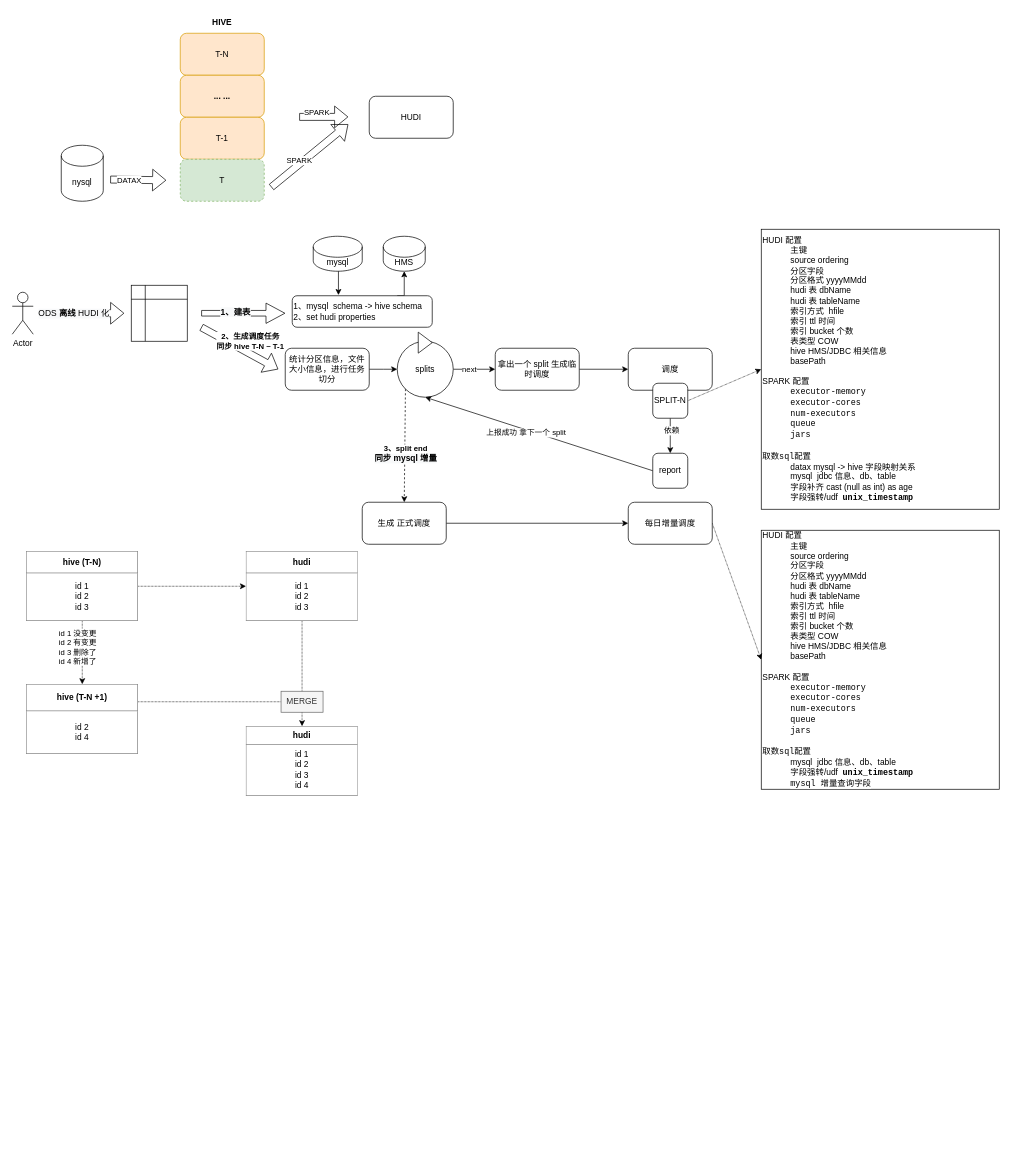
Earlier version of the draw.io diagram page "离线同步方案" (3 of 3) of Hudi schema evolution.drawio (loukey-lj/WX). Source tidied: cells renumbered, new cells numbered last; positions are measured from the earlier drawing's top-left corner, leaving out a move shared by most shapes. Both pictures are drawn from the tidied source at 70%, with x=0, y=0 at pixel (12, 12).
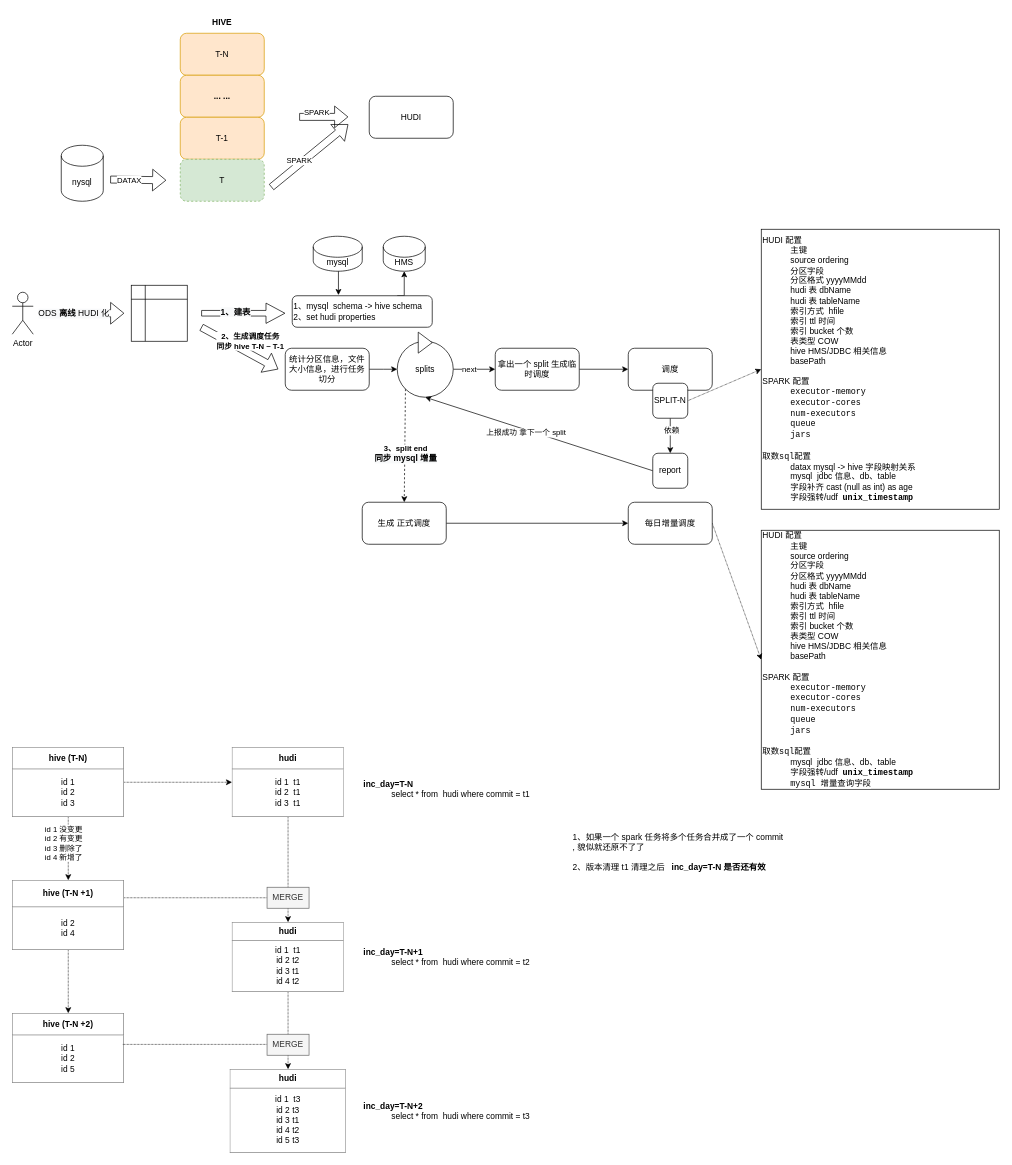
Above is the later version.

Diff of the diagram source:
```diff
@@
     <mxCell id="55" value="&lt;table border=&quot;1&quot; width=&quot;100%&quot; height=&quot;100%&quot; cellpadding=&quot;4&quot; style=&quot;width:100%;height:100%;border-collapse:collapse;&quot;&gt;&lt;tbody&gt;&lt;tr&gt;&lt;th align=&quot;center&quot;&gt;&lt;b&gt;hive (T-N)&lt;/b&gt;&lt;/th&gt;&lt;/tr&gt;&lt;tr&gt;&lt;td align=&quot;center&quot;&gt;id 1&lt;br&gt;id 2&lt;br&gt;id 3&lt;/td&gt;&lt;/tr&gt;&lt;/tbody&gt;&lt;/table&gt;" style="text;html=1;strokeColor=none;fillColor=none;overflow=fill;fontColor=#000000;" parent="1" vertex="1">
-      <mxGeometry x="20" y="770" width="160" height="100" as="geometry" />
+      <mxGeometry y="1050" width="160" height="100" as="geometry" />
     </mxCell>
     <mxCell id="56" style="edgeStyle=none;rounded=0;orthogonalLoop=1;jettySize=auto;html=1;exitX=1;exitY=0.25;exitDx=0;exitDy=0;dashed=1;dashPattern=1 1;fontColor=#000000;endArrow=none;endFill=0;" parent="1" edge="1">
       <mxGeometry relative="1" as="geometry">
-        <mxPoint x="180" y="985" as="sourcePoint" />
-        <mxPoint x="410" y="985" as="targetPoint" />
+        <mxPoint x="160" y="1265" as="sourcePoint" />
+        <mxPoint x="390" y="1265" as="targetPoint" />
       </mxGeometry>
     </mxCell>
+    <mxCell id="62" style="edgeStyle=none;rounded=0;jettySize=auto;html=1;exitX=0.5;exitY=1;exitDx=0;exitDy=0;entryX=0.5;entryY=0;entryDx=0;entryDy=0;dashed=1;dashPattern=1 1;fontColor=#000000;endArrow=classic;endFill=1;" parent="1" edge="1" source="57" target="64">
+      <mxGeometry relative="1" as="geometry" />
+    </mxCell>
     <mxCell id="57" value="&lt;table border=&quot;1&quot; width=&quot;100%&quot; height=&quot;100%&quot; cellpadding=&quot;4&quot; style=&quot;width:100%;height:100%;border-collapse:collapse;&quot;&gt;&lt;tbody&gt;&lt;tr&gt;&lt;th align=&quot;center&quot;&gt;&lt;b&gt;hive (T-N +1)&lt;/b&gt;&lt;/th&gt;&lt;/tr&gt;&lt;tr&gt;&lt;td align=&quot;center&quot;&gt;id 2&lt;br&gt;id 4&lt;/td&gt;&lt;/tr&gt;&lt;/tbody&gt;&lt;/table&gt;" style="text;html=1;strokeColor=none;fillColor=none;overflow=fill;fontColor=#000000;" parent="1" vertex="1">
-      <mxGeometry x="20" y="960" width="160" height="100" as="geometry" />
+      <mxGeometry y="1240" width="160" height="100" as="geometry" />
     </mxCell>
@@
-    <mxCell id="59" value="&lt;table border=&quot;1&quot; width=&quot;100%&quot; height=&quot;100%&quot; cellpadding=&quot;4&quot; style=&quot;width:100%;height:100%;border-collapse:collapse;&quot;&gt;&lt;tbody&gt;&lt;tr&gt;&lt;th align=&quot;center&quot;&gt;hudi&lt;/th&gt;&lt;/tr&gt;&lt;tr&gt;&lt;td align=&quot;center&quot;&gt;id 1&lt;br&gt;id 2&lt;br&gt;id 3&lt;/td&gt;&lt;/tr&gt;&lt;/tbody&gt;&lt;/table&gt;" style="text;html=1;strokeColor=none;fillColor=none;overflow=fill;fontColor=#000000;" parent="1" vertex="1">
-      <mxGeometry x="334" y="770" width="160" height="100" as="geometry" />
+    <mxCell id="59" value="&lt;table border=&quot;1&quot; width=&quot;100%&quot; height=&quot;100%&quot; cellpadding=&quot;4&quot; style=&quot;width:100%;height:100%;border-collapse:collapse;&quot;&gt;&lt;tbody&gt;&lt;tr&gt;&lt;th align=&quot;center&quot;&gt;hudi&lt;/th&gt;&lt;/tr&gt;&lt;tr&gt;&lt;td align=&quot;center&quot;&gt;id 1&amp;nbsp; t1&lt;br&gt;id 2&amp;nbsp; t1&lt;br&gt;id 3&amp;nbsp; t1&lt;/td&gt;&lt;/tr&gt;&lt;/tbody&gt;&lt;/table&gt;" style="text;html=1;strokeColor=none;fillColor=none;overflow=fill;fontColor=#000000;" parent="1" vertex="1">
+      <mxGeometry x="314" y="1050" width="160" height="100" as="geometry" />
     </mxCell>
+    <mxCell id="63" style="edgeStyle=none;rounded=0;jettySize=auto;html=1;exitX=0.5;exitY=1;exitDx=0;exitDy=0;entryX=0.5;entryY=0;entryDx=0;entryDy=0;dashed=1;dashPattern=1 1;fontColor=#000000;endArrow=classic;endFill=1;" parent="1" edge="1" source="60" target="67">
+      <mxGeometry relative="1" as="geometry" />
+    </mxCell>
-    <mxCell id="60" value="&lt;table border=&quot;1&quot; width=&quot;100%&quot; height=&quot;100%&quot; cellpadding=&quot;4&quot; style=&quot;width:100%;height:100%;border-collapse:collapse;&quot;&gt;&lt;tbody&gt;&lt;tr&gt;&lt;th align=&quot;center&quot;&gt;hudi&lt;/th&gt;&lt;/tr&gt;&lt;tr&gt;&lt;td align=&quot;center&quot;&gt;id 1&lt;br&gt;id 2&lt;br&gt;id 3&lt;br&gt;id 4&lt;/td&gt;&lt;/tr&gt;&lt;/tbody&gt;&lt;/table&gt;" style="text;html=1;strokeColor=none;fillColor=none;overflow=fill;fontColor=#000000;" parent="1" vertex="1">
-      <mxGeometry x="334" y="1020" width="160" height="100" as="geometry" />
+    <mxCell id="60" value="&lt;table border=&quot;1&quot; width=&quot;100%&quot; height=&quot;100%&quot; cellpadding=&quot;4&quot; style=&quot;width:100%;height:100%;border-collapse:collapse;&quot;&gt;&lt;tbody&gt;&lt;tr&gt;&lt;th align=&quot;center&quot;&gt;hudi&lt;/th&gt;&lt;/tr&gt;&lt;tr&gt;&lt;td align=&quot;center&quot;&gt;id 1&amp;nbsp; t1&lt;br&gt;id 2 t2&lt;br&gt;id 3 t1&lt;br&gt;id 4 t2&lt;/td&gt;&lt;/tr&gt;&lt;/tbody&gt;&lt;/table&gt;" style="text;html=1;strokeColor=none;fillColor=none;overflow=fill;fontColor=#000000;" parent="1" vertex="1">
+      <mxGeometry x="314" y="1300" width="160" height="100" as="geometry" />
     </mxCell>
     <mxCell id="61" value="MERGE" style="text;html=1;strokeColor=#666666;fillColor=#f5f5f5;align=center;verticalAlign=middle;whiteSpace=wrap;rounded=0;fontColor=#333333;" parent="1" vertex="1">
-      <mxGeometry x="384" y="970" width="60" height="30" as="geometry" />
+      <mxGeometry x="364" y="1250" width="60" height="30" as="geometry" />
     </mxCell>
+    <mxCell id="64" value="&lt;table border=&quot;1&quot; width=&quot;100%&quot; height=&quot;100%&quot; cellpadding=&quot;4&quot; style=&quot;width:100%;height:100%;border-collapse:collapse;&quot;&gt;&lt;tbody&gt;&lt;tr&gt;&lt;th align=&quot;center&quot;&gt;&lt;b&gt;hive (T-N +2)&lt;/b&gt;&lt;/th&gt;&lt;/tr&gt;&lt;tr&gt;&lt;td align=&quot;center&quot;&gt;id 1&lt;br&gt;id 2&lt;br&gt;id 5&lt;/td&gt;&lt;/tr&gt;&lt;/tbody&gt;&lt;/table&gt;" style="text;html=1;strokeColor=none;fillColor=none;overflow=fill;fontColor=#000000;" parent="1" vertex="1">
+      <mxGeometry y="1430" width="160" height="100" as="geometry" />
+    </mxCell>
+    <mxCell id="65" value="&lt;b&gt;inc_day=T-N &lt;br&gt;&lt;/b&gt;&lt;blockquote style=&quot;margin: 0 0 0 40px; border: none; padding: 0px;&quot;&gt;select * from&amp;nbsp; hudi where commit = t1&lt;/blockquote&gt;" style="text;html=1;strokeColor=none;fillColor=none;align=left;verticalAlign=middle;whiteSpace=wrap;rounded=0;fontColor=#000000;" parent="1" vertex="1">
+      <mxGeometry x="500" y="1090" width="260" height="40" as="geometry" />
+    </mxCell>
+    <mxCell id="66" value="&lt;b&gt;inc_day=T-N+1&lt;br&gt;&lt;/b&gt;&lt;blockquote style=&quot;margin: 0 0 0 40px; border: none; padding: 0px;&quot;&gt;select * from&amp;nbsp; hudi where commit = t2&lt;/blockquote&gt;" style="text;html=1;strokeColor=none;fillColor=none;align=left;verticalAlign=middle;whiteSpace=wrap;rounded=0;fontColor=#000000;" parent="1" vertex="1">
+      <mxGeometry x="500" y="1330" width="250" height="40" as="geometry" />
+    </mxCell>
+    <mxCell id="67" value="&lt;table border=&quot;1&quot; width=&quot;100%&quot; height=&quot;100%&quot; cellpadding=&quot;4&quot; style=&quot;width:100%;height:100%;border-collapse:collapse;&quot;&gt;&lt;tbody&gt;&lt;tr&gt;&lt;th align=&quot;center&quot;&gt;hudi&lt;/th&gt;&lt;/tr&gt;&lt;tr&gt;&lt;td align=&quot;center&quot;&gt;id 1&amp;nbsp; t3&lt;br&gt;id 2 t3&lt;br&gt;id 3 t1&lt;br&gt;id 4 t2&lt;br&gt;id 5 t3&lt;/td&gt;&lt;/tr&gt;&lt;/tbody&gt;&lt;/table&gt;" style="text;html=1;strokeColor=none;fillColor=none;overflow=fill;fontColor=#000000;" parent="1" vertex="1">
+      <mxGeometry x="311" y="1510" width="166" height="120" as="geometry" />
+    </mxCell>
+    <mxCell id="68" style="edgeStyle=none;rounded=0;orthogonalLoop=1;jettySize=auto;html=1;exitX=1;exitY=0.25;exitDx=0;exitDy=0;dashed=1;dashPattern=1 1;fontColor=#000000;endArrow=none;endFill=0;" parent="1" edge="1">
+      <mxGeometry relative="1" as="geometry">
+        <mxPoint x="158" y="1474.5" as="sourcePoint" />
+        <mxPoint x="388" y="1474.5" as="targetPoint" />
+      </mxGeometry>
+    </mxCell>
+    <mxCell id="69" value="MERGE" style="text;html=1;strokeColor=#666666;fillColor=#f5f5f5;align=center;verticalAlign=middle;whiteSpace=wrap;rounded=0;fontColor=#333333;" parent="1" vertex="1">
+      <mxGeometry x="364" y="1460" width="60" height="30" as="geometry" />
+    </mxCell>
+    <mxCell id="70" value="&lt;b&gt;inc_day=T-N+2&lt;br&gt;&lt;/b&gt;&lt;blockquote style=&quot;margin: 0 0 0 40px; border: none; padding: 0px;&quot;&gt;select * from&amp;nbsp; hudi where commit = t3&lt;/blockquote&gt;" style="text;html=1;strokeColor=none;fillColor=none;align=left;verticalAlign=middle;whiteSpace=wrap;rounded=0;fontColor=#000000;" parent="1" vertex="1">
+      <mxGeometry x="500" y="1550" width="250" height="40" as="geometry" />
+    </mxCell>
+    <mxCell id="71" value="&lt;div style=&quot;text-align: left;&quot;&gt;&lt;span style=&quot;background-color: initial;&quot;&gt;1、如果一个 spark 任务将多个任务合并成了一个 commit , 貌似就还原不了了&lt;/span&gt;&lt;/div&gt;&lt;div style=&quot;text-align: left;&quot;&gt;&lt;br&gt;&lt;/div&gt;&lt;div style=&quot;text-align: left;&quot;&gt;&lt;span style=&quot;background-color: initial;&quot;&gt;2、版本清理 t1 清理之后&amp;nbsp; &amp;nbsp;&lt;/span&gt;&lt;b style=&quot;background-color: initial;&quot;&gt;inc_day=T-N 是否还有效&lt;/b&gt;&lt;/div&gt;" style="text;html=1;strokeColor=none;fillColor=none;align=center;verticalAlign=middle;whiteSpace=wrap;rounded=0;fontColor=#000000;" parent="1" vertex="1">
+      <mxGeometry x="800" y="1170" width="305" height="60" as="geometry" />
+    </mxCell>
+    <mxCell id="72" value="&lt;b style=&quot;text-align: left;&quot;&gt;&lt;br&gt;&lt;/b&gt;" style="text;html=1;strokeColor=none;fillColor=none;align=center;verticalAlign=middle;whiteSpace=wrap;rounded=0;fontColor=#000000;" parent="1" vertex="1">
+      <mxGeometry x="820" y="1290" width="170" height="40" as="geometry" />
+    </mxCell>
```
